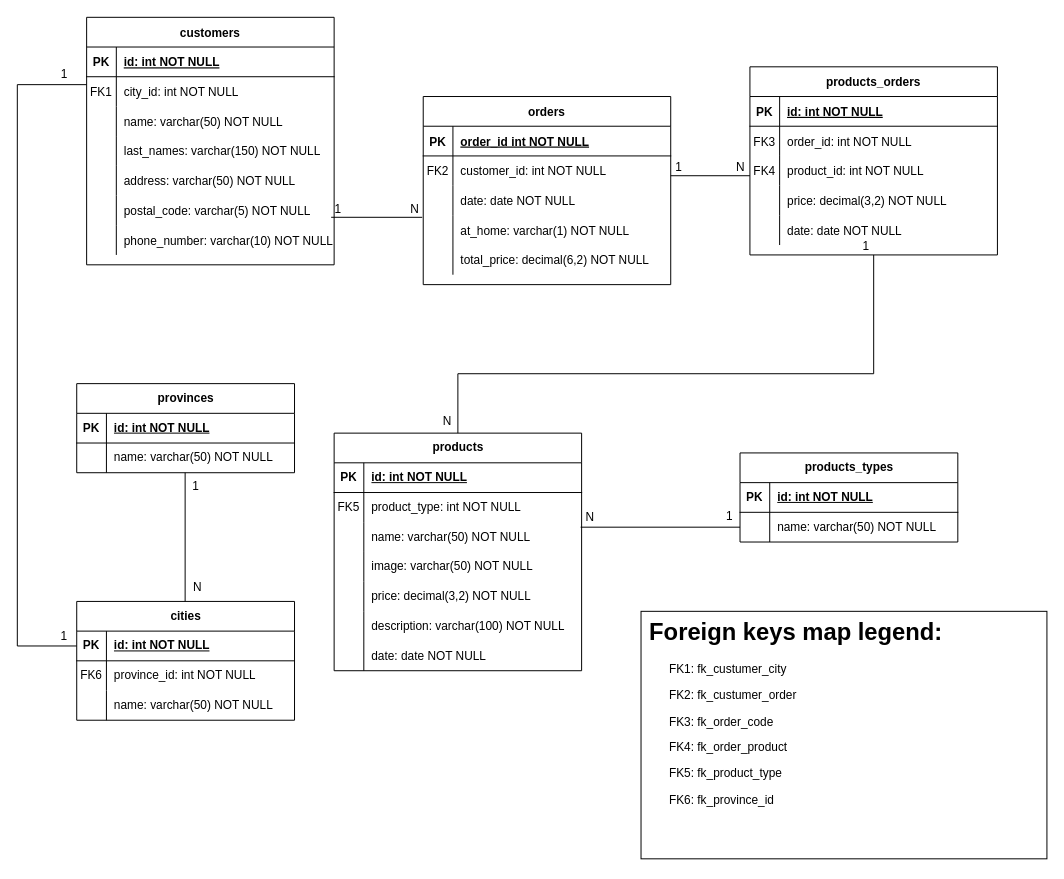
This is Pizzeria/pizzeria.drawio from alescu/mysql-estructura, a draw.io file, before an edit. Source tidied: cells renumbered, new cells numbered last; positions are measured from the earlier drawing's top-left corner, leaving out a move shared by most shapes. Both pictures are drawn from the tidied source at 99%, with x=0, y=0 at pixel (17, 17).
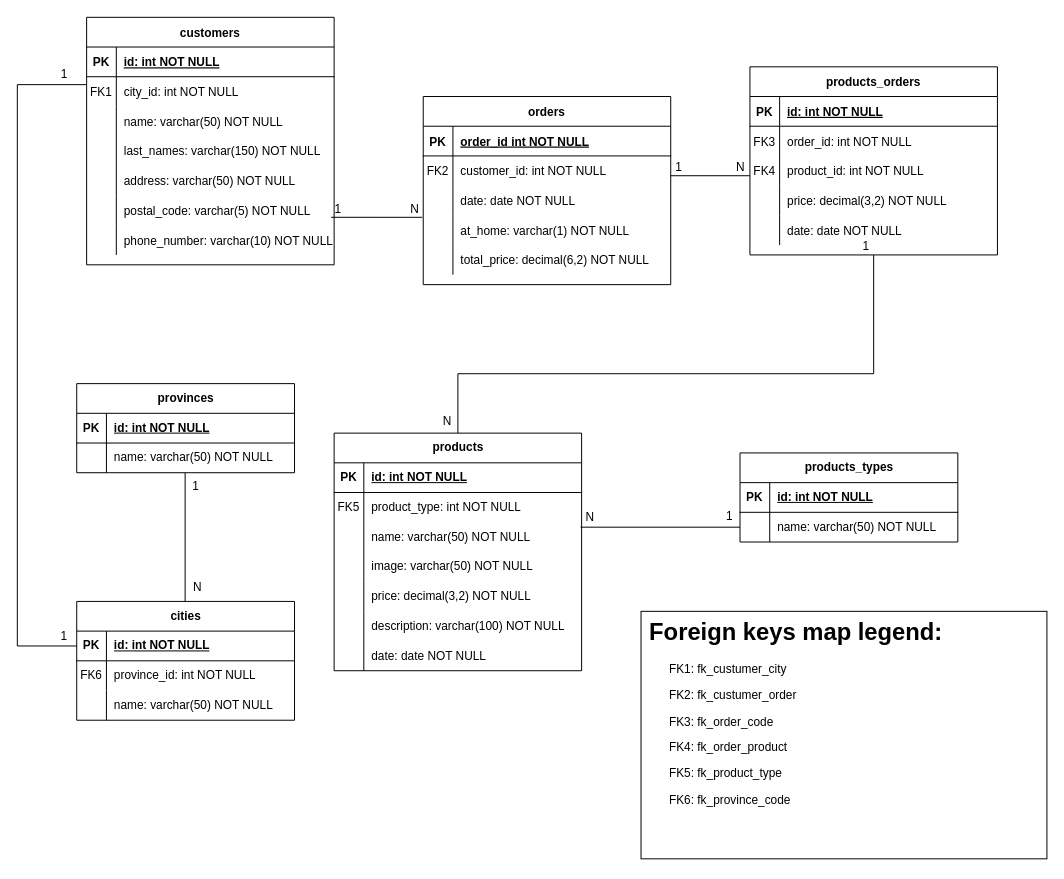
The same diagram, later.

Commit message (it also covers changes not shown here):
modify of sql file and moficied drawio file

Diff of the diagram source:
```diff
@@
-    <mxCell id="120" value="&lt;h1 style=&quot;margin-top: 0px;&quot;&gt;&amp;nbsp;Foreign keys map legend:&lt;/h1&gt;&lt;p&gt;&lt;span style=&quot;text-align: center; text-wrap-mode: nowrap; background-color: transparent; color: light-dark(rgb(0, 0, 0), rgb(255, 255, 255));&quot;&gt;&lt;span style=&quot;white-space: pre;&quot;&gt;&#9;&lt;/span&gt;FK1:&amp;nbsp;&lt;/span&gt;&lt;span style=&quot;background-color: transparent; text-wrap-mode: nowrap;&quot;&gt;fk_custumer_city&lt;/span&gt;&lt;/p&gt;&lt;p&gt;&lt;span style=&quot;text-align: center; text-wrap-mode: nowrap;&quot;&gt;&lt;span style=&quot;white-space: pre;&quot;&gt;&#9;&lt;/span&gt;FK2:&amp;nbsp;&lt;/span&gt;&lt;span style=&quot;background-color: transparent; text-wrap-mode: nowrap;&quot;&gt;fk_&lt;/span&gt;&lt;span style=&quot;text-wrap-mode: nowrap; background-color: transparent; color: light-dark(rgb(0, 0, 0), rgb(255, 255, 255));&quot;&gt;custumer_order&lt;/span&gt;&lt;/p&gt;&lt;p&gt;&lt;span style=&quot;text-align: center; text-wrap-mode: nowrap;&quot;&gt;&lt;span style=&quot;white-space: pre;&quot;&gt;&#9;&lt;/span&gt;FK3:&amp;nbsp;&lt;/span&gt;&lt;span style=&quot;text-wrap-mode: nowrap; background-color: transparent; color: light-dark(rgb(0, 0, 0), rgb(255, 255, 255));&quot;&gt;fk_order_code&lt;/span&gt;&lt;/p&gt;&lt;p&gt;&lt;span style=&quot;text-align: center; text-wrap-mode: nowrap;&quot;&gt;&lt;span style=&quot;white-space: pre;&quot;&gt;&#9;&lt;/span&gt;FK4:&amp;nbsp;&lt;/span&gt;&lt;span style=&quot;background-color: transparent; text-wrap-mode: nowrap;&quot;&gt;fk_order_product&lt;/span&gt;&lt;/p&gt;&lt;p&gt;&lt;span style=&quot;background-color: transparent; text-wrap-mode: nowrap;&quot;&gt;&lt;span style=&quot;white-space: pre;&quot;&gt;&#9;&lt;/span&gt;&lt;/span&gt;&lt;span style=&quot;background-color: transparent; color: light-dark(rgb(0, 0, 0), rgb(255, 255, 255)); text-wrap-mode: nowrap; text-align: center;&quot;&gt;FK5:&amp;nbsp;&lt;/span&gt;&lt;span style=&quot;background-color: transparent; color: light-dark(rgb(0, 0, 0), rgb(255, 255, 255)); text-wrap-mode: nowrap;&quot;&gt;fk_product_type&lt;/span&gt;&lt;/p&gt;&lt;p&gt;&lt;span style=&quot;color: light-dark(rgb(0, 0, 0), rgb(255, 255, 255)); text-wrap-mode: nowrap; background-color: transparent; text-align: center;&quot;&gt;&lt;span style=&quot;white-space: pre;&quot;&gt;&#9;&lt;/span&gt;FK6:&amp;nbsp;&lt;/span&gt;&lt;span style=&quot;color: light-dark(rgb(0, 0, 0), rgb(255, 255, 255)); text-wrap-mode: nowrap; background-color: transparent;&quot;&gt;fk_province_id&lt;/span&gt;&lt;span style=&quot;background-color: transparent; color: light-dark(rgb(0, 0, 0), rgb(255, 255, 255)); text-wrap-mode: nowrap;&quot;&gt;&lt;/span&gt;&lt;/p&gt;" style="text;html=1;whiteSpace=wrap;overflow=hidden;rounded=0;strokeColor=default;perimeterSpacing=20;strokeWidth=1;labelPadding=0;imageAspect=1;" parent="1" vertex="1">
+    <mxCell id="120" value="&lt;h1 style=&quot;margin-top: 0px;&quot;&gt;&amp;nbsp;Foreign keys map legend:&lt;/h1&gt;&lt;p&gt;&lt;span style=&quot;text-align: center; text-wrap-mode: nowrap; background-color: transparent; color: light-dark(rgb(0, 0, 0), rgb(255, 255, 255));&quot;&gt;&lt;span style=&quot;white-space: pre;&quot;&gt;&#9;&lt;/span&gt;FK1:&amp;nbsp;&lt;/span&gt;&lt;span style=&quot;background-color: transparent; text-wrap-mode: nowrap;&quot;&gt;fk_custumer_city&lt;/span&gt;&lt;/p&gt;&lt;p&gt;&lt;span style=&quot;text-align: center; text-wrap-mode: nowrap;&quot;&gt;&lt;span style=&quot;white-space: pre;&quot;&gt;&#9;&lt;/span&gt;FK2:&amp;nbsp;&lt;/span&gt;&lt;span style=&quot;background-color: transparent; text-wrap-mode: nowrap;&quot;&gt;fk_&lt;/span&gt;&lt;span style=&quot;text-wrap-mode: nowrap; background-color: transparent; color: light-dark(rgb(0, 0, 0), rgb(255, 255, 255));&quot;&gt;custumer_order&lt;/span&gt;&lt;/p&gt;&lt;p&gt;&lt;span style=&quot;text-align: center; text-wrap-mode: nowrap;&quot;&gt;&lt;span style=&quot;white-space: pre;&quot;&gt;&#9;&lt;/span&gt;FK3:&amp;nbsp;&lt;/span&gt;&lt;span style=&quot;text-wrap-mode: nowrap; background-color: transparent; color: light-dark(rgb(0, 0, 0), rgb(255, 255, 255));&quot;&gt;fk_order_code&lt;/span&gt;&lt;/p&gt;&lt;p&gt;&lt;span style=&quot;text-align: center; text-wrap-mode: nowrap;&quot;&gt;&lt;span style=&quot;white-space: pre;&quot;&gt;&#9;&lt;/span&gt;FK4:&amp;nbsp;&lt;/span&gt;&lt;span style=&quot;background-color: transparent; text-wrap-mode: nowrap;&quot;&gt;fk_order_product&lt;/span&gt;&lt;/p&gt;&lt;p&gt;&lt;span style=&quot;background-color: transparent; text-wrap-mode: nowrap;&quot;&gt;&lt;span style=&quot;white-space: pre;&quot;&gt;&#9;&lt;/span&gt;&lt;/span&gt;&lt;span style=&quot;background-color: transparent; color: light-dark(rgb(0, 0, 0), rgb(255, 255, 255)); text-wrap-mode: nowrap; text-align: center;&quot;&gt;FK5:&amp;nbsp;&lt;/span&gt;&lt;span style=&quot;background-color: transparent; color: light-dark(rgb(0, 0, 0), rgb(255, 255, 255)); text-wrap-mode: nowrap;&quot;&gt;fk_product_type&lt;/span&gt;&lt;/p&gt;&lt;p&gt;&lt;span style=&quot;color: light-dark(rgb(0, 0, 0), rgb(255, 255, 255)); text-wrap-mode: nowrap; background-color: transparent; text-align: center;&quot;&gt;&lt;span style=&quot;white-space: pre;&quot;&gt;&#9;&lt;/span&gt;FK6:&amp;nbsp;&lt;/span&gt;&lt;span style=&quot;color: light-dark(rgb(0, 0, 0), rgb(255, 255, 255)); text-wrap-mode: nowrap; background-color: transparent;&quot;&gt;fk_province_code&lt;/span&gt;&lt;/p&gt;" style="text;html=1;whiteSpace=wrap;overflow=hidden;rounded=0;strokeColor=default;perimeterSpacing=20;strokeWidth=1;labelPadding=0;imageAspect=1;" parent="1" vertex="1">
       <mxGeometry x="630" y="600" width="410" height="250" as="geometry" />
     </mxCell>
```
